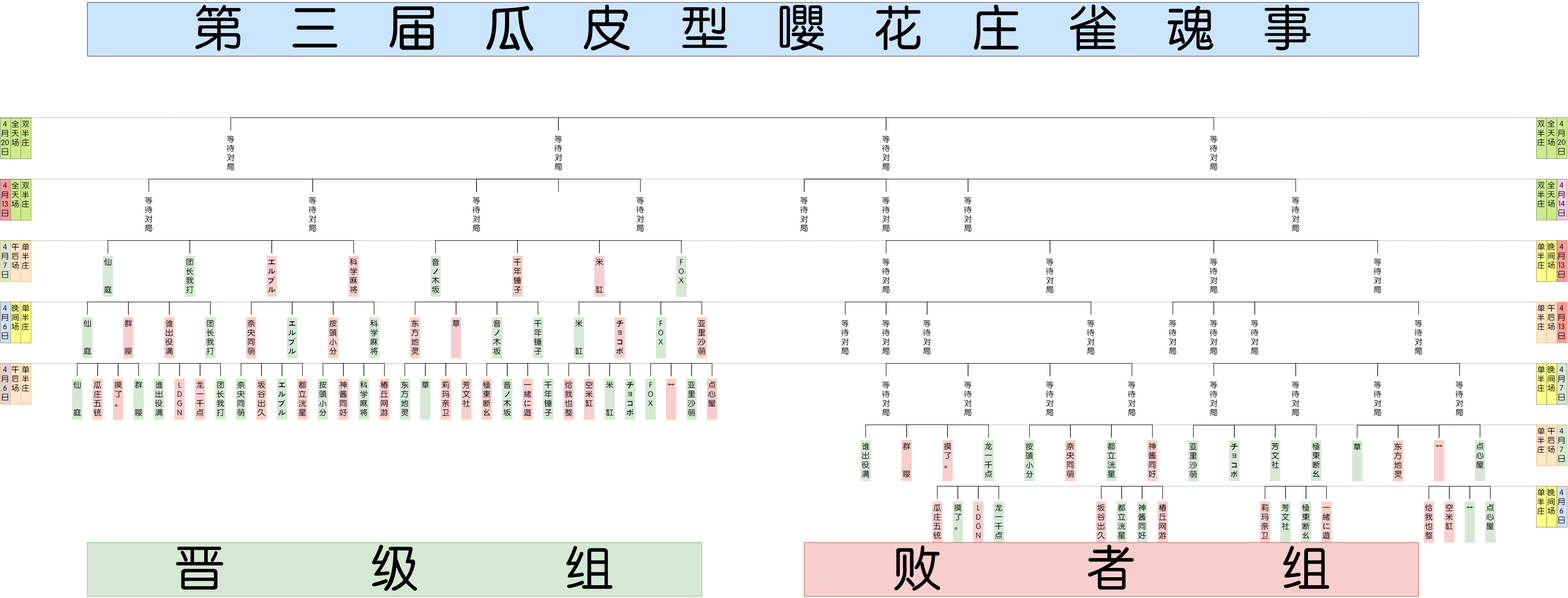
The draw.io diagram Tree Diagram.png in psc2350/pcr.mahjong.pub, before a commit. Source tidied: cells renumbered, new cells last; positions are measured from the earlier drawing's top-left corner, leaving out a move shared by most shapes.
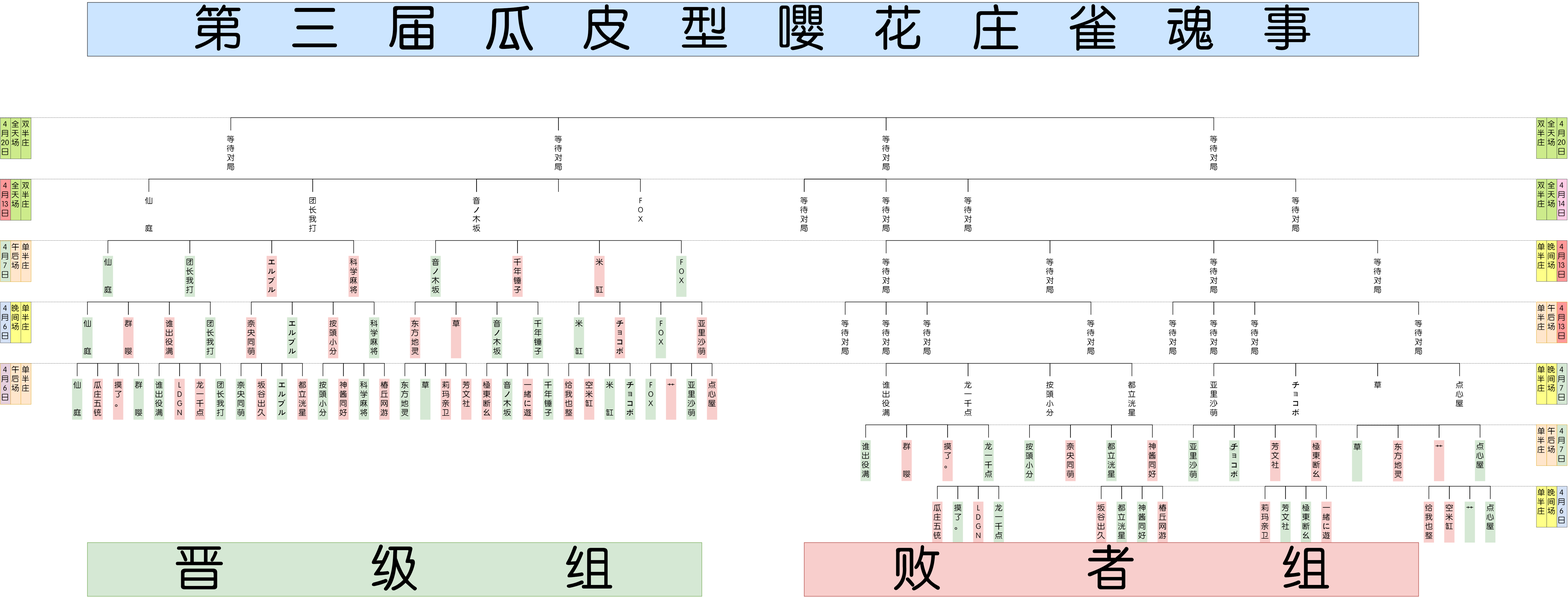
After the commit.

What changed in the source:
```diff
@@ -293,16 +293,16 @@
     <mxCell id="98" style="strokeWidth=2;html=1;shape=mxgraph.flowchart.annotation_1;align=left;direction=south;fontFamily=FZZhunYuan-M02;fontSize=30;" parent="3" vertex="1">
       <mxGeometry x="2060" y="480" width="320" height="50" as="geometry" />
     </mxCell>
-    <mxCell id="99" value="&lt;span style=&quot;font-size: 30px;&quot;&gt;等待对局&lt;/span&gt;&lt;br style=&quot;font-size: 30px;&quot;&gt;" style="text;html=1;strokeColor=none;fillColor=none;align=center;verticalAlign=top;whiteSpace=wrap;rounded=0;fontFamily=FZZhunYuan-M02;horizontal=1;fontSize=30;" parent="3" vertex="1">
+    <mxCell id="99" value="仙&lt;br&gt;&lt;br&gt;&lt;br&gt;庭&lt;br&gt;" style="text;html=1;strokeColor=none;fillColor=none;align=center;verticalAlign=top;whiteSpace=wrap;rounded=0;fontFamily=FZZhunYuan-M02;horizontal=1;fontSize=30;" parent="3" vertex="1">
       <mxGeometry x="280" y="300" width="40" height="160" as="geometry" />
     </mxCell>
-    <mxCell id="100" value="&lt;span style=&quot;font-size: 30px;&quot;&gt;等待对局&lt;/span&gt;&lt;br style=&quot;font-size: 30px;&quot;&gt;" style="text;html=1;strokeColor=none;fillColor=none;align=center;verticalAlign=top;whiteSpace=wrap;rounded=0;fontFamily=FZZhunYuan-M02;horizontal=1;fontSize=30;" parent="3" vertex="1">
+    <mxCell id="100" value="团长我打&lt;br style=&quot;font-size: 30px&quot;&gt;" style="text;html=1;strokeColor=none;fillColor=none;align=center;verticalAlign=top;whiteSpace=wrap;rounded=0;fontFamily=FZZhunYuan-M02;horizontal=1;fontSize=30;" parent="3" vertex="1">
       <mxGeometry x="920" y="300" width="40" height="160" as="geometry" />
     </mxCell>
-    <mxCell id="101" value="&lt;span style=&quot;font-size: 30px;&quot;&gt;等待对局&lt;/span&gt;&lt;br style=&quot;font-size: 30px;&quot;&gt;" style="text;html=1;strokeColor=none;fillColor=none;align=center;verticalAlign=top;whiteSpace=wrap;rounded=0;fontFamily=FZZhunYuan-M02;horizontal=1;fontSize=30;" parent="3" vertex="1">
+    <mxCell id="101" value="音ノ木坂&lt;br style=&quot;font-size: 30px&quot;&gt;" style="text;html=1;strokeColor=none;fillColor=none;align=center;verticalAlign=top;whiteSpace=wrap;rounded=0;fontFamily=FZZhunYuan-M02;horizontal=1;fontSize=30;" parent="3" vertex="1">
       <mxGeometry x="1560" y="300" width="40" height="160" as="geometry" />
     </mxCell>
-    <mxCell id="102" value="&lt;span style=&quot;font-size: 30px;&quot;&gt;等待对局&lt;/span&gt;&lt;br style=&quot;font-size: 30px;&quot;&gt;" style="text;html=1;strokeColor=none;fillColor=none;align=center;verticalAlign=top;whiteSpace=wrap;rounded=0;fontFamily=FZZhunYuan-M02;horizontal=1;fontSize=30;" parent="3" vertex="1">
+    <mxCell id="102" value="F&lt;br&gt;O&lt;br&gt;X&lt;br&gt;" style="text;html=1;strokeColor=none;fillColor=none;align=center;verticalAlign=top;whiteSpace=wrap;rounded=0;fontFamily=FZZhunYuan-M02;horizontal=1;fontSize=30;" parent="3" vertex="1">
       <mxGeometry x="2200" y="300" width="40" height="160" as="geometry" />
     </mxCell>
     <mxCell id="103" style="strokeWidth=2;html=1;shape=mxgraph.flowchart.annotation_1;align=left;direction=south;fontFamily=FZZhunYuan-M02;fontSize=30;" parent="3" vertex="1">
@@ -416,10 +416,10 @@
     <mxCell id="139" style="strokeWidth=2;html=1;shape=mxgraph.flowchart.annotation_1;align=left;direction=south;fontFamily=FZZhunYuan-M02;fontSize=30;" parent="3" vertex="1">
       <mxGeometry x="4820" y="1440" width="80" height="50" as="geometry" />
     </mxCell>
-    <mxCell id="140" value="芳文社&lt;br&gt;" style="text;html=1;strokeColor=none;fillColor=#D5E8D4;align=center;verticalAlign=top;whiteSpace=wrap;rounded=0;fontFamily=FZZhunYuan-M02;horizontal=1;fontSize=30;" parent="3" vertex="1">
+    <mxCell id="140" value="芳文社&lt;br&gt;" style="text;html=1;strokeColor=none;fillColor=#F8CECC;align=center;verticalAlign=top;whiteSpace=wrap;rounded=0;fontFamily=FZZhunYuan-M02;horizontal=1;fontSize=30;" parent="3" vertex="1">
       <mxGeometry x="4680" y="1260" width="40" height="160" as="geometry" />
     </mxCell>
-    <mxCell id="141" value="極東断幺&lt;br&gt;" style="text;html=1;strokeColor=none;fillColor=#D5E8D4;align=center;verticalAlign=top;whiteSpace=wrap;rounded=0;fontFamily=FZZhunYuan-M02;horizontal=1;fontSize=30;" parent="3" vertex="1">
+    <mxCell id="141" value="極東断幺&lt;br&gt;" style="text;html=1;strokeColor=none;fillColor=#F8CECC;align=center;verticalAlign=top;whiteSpace=wrap;rounded=0;fontFamily=FZZhunYuan-M02;horizontal=1;fontSize=30;" parent="3" vertex="1">
       <mxGeometry x="4840" y="1260" width="40" height="160" as="geometry" />
     </mxCell>
     <mxCell id="142" style="strokeWidth=2;html=1;shape=mxgraph.flowchart.annotation_1;align=left;direction=south;fontFamily=FZZhunYuan-M02;fontSize=30;" parent="3" vertex="1">
@@ -440,16 +440,16 @@
     <mxCell id="147" style="strokeWidth=2;html=1;shape=mxgraph.flowchart.annotation_1;align=left;direction=south;fontFamily=FZZhunYuan-M02;fontSize=30;" parent="3" vertex="1">
       <mxGeometry x="5340" y="1200" width="160" height="50" as="geometry" />
     </mxCell>
-    <mxCell id="148" value="等待对局&lt;br&gt;" style="text;html=1;strokeColor=none;fillColor=none;align=center;verticalAlign=top;whiteSpace=wrap;rounded=0;fontFamily=FZZhunYuan-M02;horizontal=1;fontSize=30;" parent="3" vertex="1">
+    <mxCell id="148" value="谁出役满&lt;br&gt;" style="text;html=1;strokeColor=none;fillColor=none;align=center;verticalAlign=top;whiteSpace=wrap;rounded=0;fontFamily=FZZhunYuan-M02;horizontal=1;fontSize=30;" parent="3" vertex="1">
       <mxGeometry x="3160" y="1020" width="40" height="160" as="geometry" />
     </mxCell>
-    <mxCell id="149" value="等待对局&lt;br&gt;" style="text;html=1;strokeColor=none;fillColor=none;align=center;verticalAlign=top;whiteSpace=wrap;rounded=0;fontFamily=FZZhunYuan-M02;horizontal=1;fontSize=30;" parent="3" vertex="1">
+    <mxCell id="149" value="龙一千点&lt;br&gt;" style="text;html=1;strokeColor=none;fillColor=none;align=center;verticalAlign=top;whiteSpace=wrap;rounded=0;fontFamily=FZZhunYuan-M02;horizontal=1;fontSize=30;" parent="3" vertex="1">
       <mxGeometry x="3480" y="1020" width="40" height="160" as="geometry" />
     </mxCell>
-    <mxCell id="150" value="等待对局&lt;br&gt;" style="text;html=1;strokeColor=none;fillColor=none;align=center;verticalAlign=top;whiteSpace=wrap;rounded=0;fontFamily=FZZhunYuan-M02;horizontal=1;fontSize=30;" parent="3" vertex="1">
+    <mxCell id="150" value="按頭小分&lt;br&gt;" style="text;html=1;strokeColor=none;fillColor=none;align=center;verticalAlign=top;whiteSpace=wrap;rounded=0;fontFamily=FZZhunYuan-M02;horizontal=1;fontSize=30;" parent="3" vertex="1">
       <mxGeometry x="3800" y="1020" width="40" height="160" as="geometry" />
     </mxCell>
-    <mxCell id="151" value="等待对局&lt;br&gt;" style="text;html=1;strokeColor=none;fillColor=none;align=center;verticalAlign=top;whiteSpace=wrap;rounded=0;fontFamily=FZZhunYuan-M02;horizontal=1;fontSize=30;" parent="3" vertex="1">
+    <mxCell id="151" value="都立洸星&lt;br&gt;" style="text;html=1;strokeColor=none;fillColor=none;align=center;verticalAlign=top;whiteSpace=wrap;rounded=0;fontFamily=FZZhunYuan-M02;horizontal=1;fontSize=30;" parent="3" vertex="1">
       <mxGeometry x="4120" y="1020" width="40" height="160" as="geometry" />
     </mxCell>
     <mxCell id="152" style="strokeWidth=2;html=1;shape=mxgraph.flowchart.annotation_1;align=left;direction=south;fontFamily=FZZhunYuan-M02;fontSize=30;" parent="3" vertex="1">
@@ -461,16 +461,16 @@
     <mxCell id="154" style="strokeWidth=2;html=1;shape=mxgraph.flowchart.annotation_1;align=left;direction=south;fontFamily=FZZhunYuan-M02;fontSize=30;" parent="3" vertex="1">
       <mxGeometry x="3820" y="960" width="320" height="50" as="geometry" />
     </mxCell>
-    <mxCell id="155" value="等待对局&lt;br&gt;" style="text;html=1;strokeColor=none;fillColor=none;align=center;verticalAlign=top;whiteSpace=wrap;rounded=0;fontFamily=FZZhunYuan-M02;horizontal=1;fontSize=30;" parent="3" vertex="1">
+    <mxCell id="155" value="亚里沙萌&lt;br&gt;" style="text;html=1;strokeColor=none;fillColor=none;align=center;verticalAlign=top;whiteSpace=wrap;rounded=0;fontFamily=FZZhunYuan-M02;horizontal=1;fontSize=30;" parent="3" vertex="1">
       <mxGeometry x="4440" y="1020" width="40" height="160" as="geometry" />
     </mxCell>
-    <mxCell id="156" value="等待对局&lt;br&gt;" style="text;html=1;strokeColor=none;fillColor=none;align=center;verticalAlign=top;whiteSpace=wrap;rounded=0;fontFamily=FZZhunYuan-M02;horizontal=1;fontSize=30;" parent="3" vertex="1">
+    <mxCell id="156" value="チョコボ&lt;br&gt;" style="text;html=1;strokeColor=none;fillColor=none;align=center;verticalAlign=top;whiteSpace=wrap;rounded=0;fontFamily=FZZhunYuan-M02;horizontal=1;fontSize=30;" parent="3" vertex="1">
       <mxGeometry x="4760" y="1020" width="40" height="160" as="geometry" />
     </mxCell>
-    <mxCell id="157" value="等待对局&lt;br&gt;" style="text;html=1;strokeColor=none;fillColor=none;align=center;verticalAlign=top;whiteSpace=wrap;rounded=0;fontFamily=FZZhunYuan-M02;horizontal=1;fontSize=30;" parent="3" vertex="1">
+    <mxCell id="157" value="草&lt;br&gt;" style="text;html=1;strokeColor=none;fillColor=none;align=center;verticalAlign=top;whiteSpace=wrap;rounded=0;fontFamily=FZZhunYuan-M02;horizontal=1;fontSize=30;" parent="3" vertex="1">
       <mxGeometry x="5080" y="1020" width="40" height="160" as="geometry" />
     </mxCell>
-    <mxCell id="158" value="等待对局&lt;br&gt;" style="text;html=1;strokeColor=none;fillColor=none;align=center;verticalAlign=top;whiteSpace=wrap;rounded=0;fontFamily=FZZhunYuan-M02;horizontal=1;fontSize=30;" parent="3" vertex="1">
+    <mxCell id="158" value="点心屋&lt;br&gt;" style="text;html=1;strokeColor=none;fillColor=none;align=center;verticalAlign=top;whiteSpace=wrap;rounded=0;fontFamily=FZZhunYuan-M02;horizontal=1;fontSize=30;" parent="3" vertex="1">
       <mxGeometry x="5400" y="1020" width="40" height="160" as="geometry" />
     </mxCell>
     <mxCell id="159" style="strokeWidth=2;html=1;shape=mxgraph.flowchart.annotation_1;align=left;direction=south;fontFamily=FZZhunYuan-M02;fontSize=30;" parent="3" vertex="1">
@@ -796,5 +796,8 @@
     <mxCell id="259" value="&lt;div style=&quot;font-size: 190px&quot; align=&quot;center&quot;&gt;败　　　者　　　组&lt;br&gt;&lt;/div&gt;" style="rounded=0;whiteSpace=wrap;html=1;fontFamily=FZZhunYuan-M02;fontSize=30;align=center;strokeColor=#b85450;strokeWidth=2;fillColor=#f8cecc;" parent="1" vertex="1">
       <mxGeometry x="3140" y="2110" width="2400" height="210" as="geometry" />
     </mxCell>
+    <mxCell id="260" value="Text" style="text;html=1;align=left;verticalAlign=top;spacingTop=-4;" parent="1" vertex="1">
+      <mxGeometry x="4799" y="1736" width="40" height="20" as="geometry" />
+    </mxCell>
   </root>
 </mxGraphModel>
```
